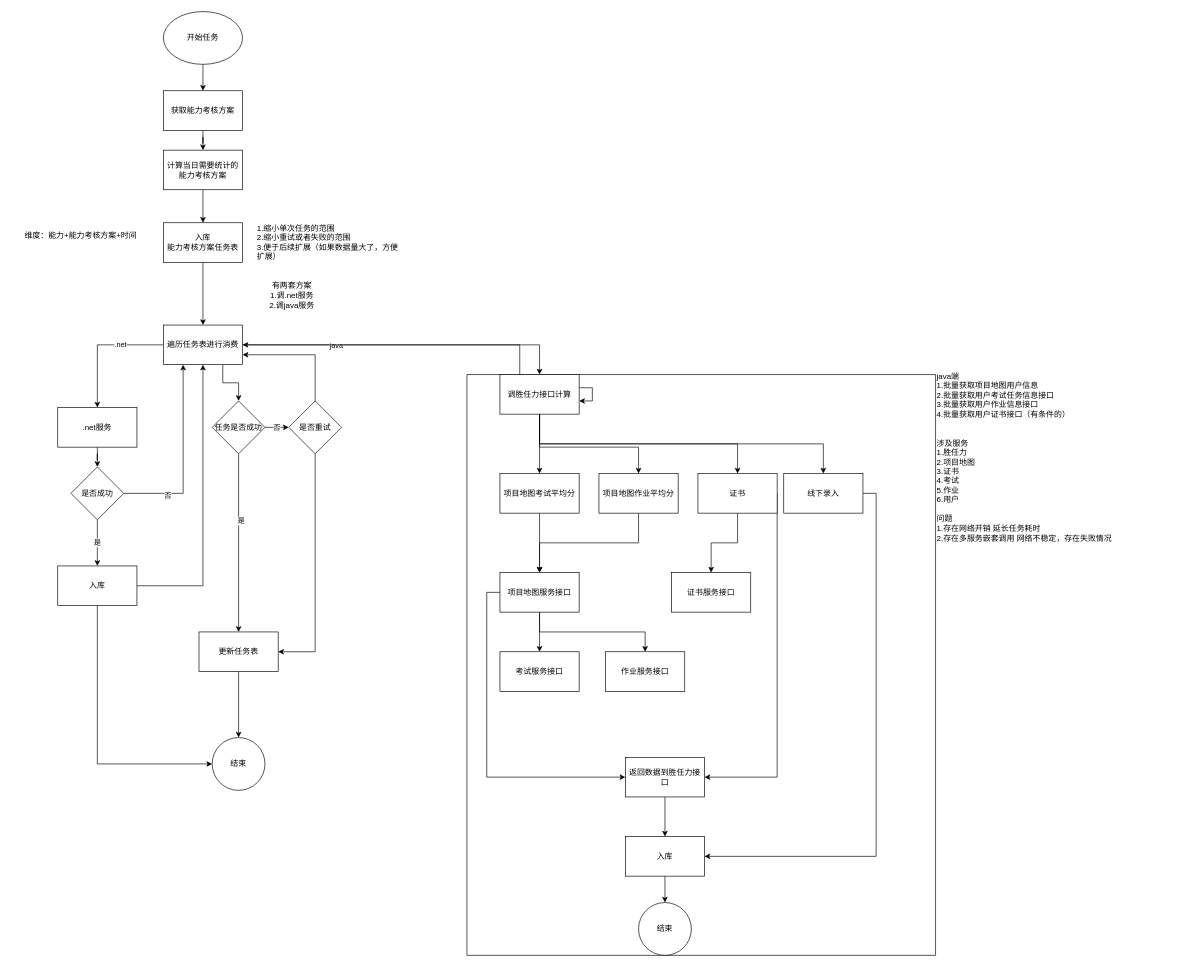
The draw.io diagram exe/能力任务流程图.drawio in w849027724/draw_files, before the edit. Source tidied: cells renumbered, new cells numbered last; positions are measured from the earlier drawing's top-left corner, leaving out a move shared by most shapes. Both pictures are drawn from the tidied source at 66%, with x=0, y=0 at pixel (11, 11).
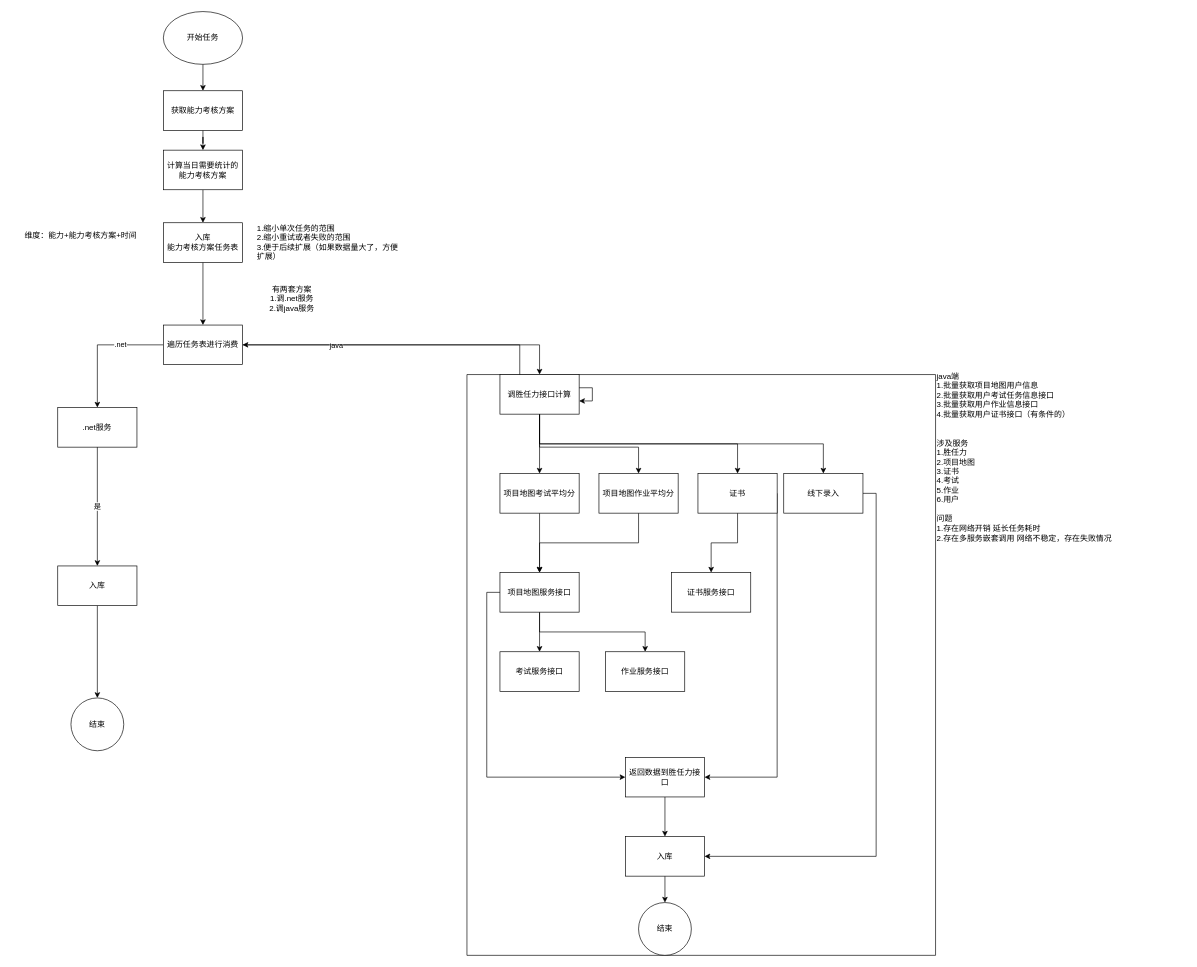
The same diagram, later.

Commit message:
Update 能力任务流程图.drawio

Unchanged cells that the change refers to:
```xml
<mxCell id="16" value="遍历任务表进行消费" style="rounded=0;whiteSpace=wrap;html=1;" parent="1" vertex="1">
  <mxGeometry x="230" y="475" width="120" height="60" as="geometry" />
</mxCell>
<mxCell id="23" value=".net服务" style="rounded=0;whiteSpace=wrap;html=1;" parent="1" vertex="1">
  <mxGeometry x="70" y="600" width="120" height="60" as="geometry" />
</mxCell>
<mxCell id="30" value="入库" style="rounded=0;whiteSpace=wrap;html=1;" parent="1" vertex="1">
  <mxGeometry x="70" y="840" width="120" height="60" as="geometry" />
</mxCell>
```

Change to the diagram source:
```diff
@@
-    <mxCell id="15" style="edgeStyle=orthogonalEdgeStyle;rounded=0;jettySize=auto;html=1;exitX=0.75;exitY=1;exitDx=0;exitDy=0;entryX=0.5;entryY=0;entryDx=0;entryDy=0;" parent="1" edge="1" source="16" target="34">
-      <mxGeometry relative="1" as="geometry" />
-    </mxCell>
@@
-    <mxCell id="22" style="edgeStyle=orthogonalEdgeStyle;rounded=0;jettySize=auto;html=1;exitX=0.5;exitY=1;exitDx=0;exitDy=0;" parent="1" edge="1" source="23" target="27">
-      <mxGeometry relative="1" as="geometry" />
-    </mxCell>
@@
-    <mxCell id="24" value="是" style="edgeStyle=orthogonalEdgeStyle;rounded=0;jettySize=auto;html=1;exitX=0.5;exitY=1;exitDx=0;exitDy=0;" parent="1" edge="1" source="27" target="30">
+    <mxCell id="24" value="是" style="edgeStyle=orthogonalEdgeStyle;rounded=0;jettySize=auto;html=1;exitX=0.5;exitY=1;exitDx=0;exitDy=0;" parent="1" edge="1" source="23" target="30">
       <mxGeometry relative="1" as="geometry" />
     </mxCell>
-    <mxCell id="25" style="edgeStyle=orthogonalEdgeStyle;rounded=0;jettySize=auto;html=1;entryX=0.25;entryY=1;entryDx=0;entryDy=0;" parent="1" edge="1" source="27" target="16">
-      <mxGeometry relative="1" as="geometry" />
-    </mxCell>
-    <mxCell id="26" value="否" style="edgeLabel;html=1;align=center;verticalAlign=middle;" parent="25" vertex="1">
-      <mxGeometry x="-0.54" y="-3" relative="1" as="geometry" />
-    </mxCell>
-    <mxCell id="27" value="是否成功" style="rhombus;whiteSpace=wrap;html=1;" parent="1" vertex="1">
-      <mxGeometry x="90" y="690" width="80" height="80" as="geometry" />
-    </mxCell>
-    <mxCell id="28" style="edgeStyle=orthogonalEdgeStyle;rounded=0;jettySize=auto;html=1;exitX=1;exitY=0.5;exitDx=0;exitDy=0;" parent="1" edge="1" source="30" target="16">
-      <mxGeometry relative="1" as="geometry" />
-    </mxCell>
-    <mxCell id="29" style="edgeStyle=orthogonalEdgeStyle;rounded=0;jettySize=auto;html=1;exitX=0.5;exitY=1;exitDx=0;exitDy=0;entryX=0;entryY=0.5;entryDx=0;entryDy=0;" parent="1" edge="1" source="30" target="37">
+    <mxCell id="29" style="edgeStyle=orthogonalEdgeStyle;rounded=0;jettySize=auto;html=1;exitX=0.5;exitY=1;exitDx=0;exitDy=0;entryX=0.5;entryY=0;entryDx=0;entryDy=0;" parent="1" edge="1" source="30" target="37">
       <mxGeometry relative="1" as="geometry" />
     </mxCell>
@@
-    <mxCell id="31" style="edgeStyle=orthogonalEdgeStyle;rounded=0;jettySize=auto;html=1;exitX=0.5;exitY=1;exitDx=0;exitDy=0;" parent="1" edge="1" source="34" target="36">
-      <mxGeometry relative="1" as="geometry" />
-    </mxCell>
-    <mxCell id="32" value="是" style="edgeLabel;html=1;align=center;verticalAlign=middle;" parent="31" vertex="1">
-      <mxGeometry x="-0.25" y="3" relative="1" as="geometry" />
-    </mxCell>
-    <mxCell id="33" value="否" style="edgeStyle=orthogonalEdgeStyle;rounded=0;jettySize=auto;html=1;exitX=1;exitY=0.5;exitDx=0;exitDy=0;entryX=0;entryY=0.5;entryDx=0;entryDy=0;" parent="1" edge="1" source="34" target="40">
-      <mxGeometry relative="1" as="geometry" />
-    </mxCell>
-    <mxCell id="34" value="任务是否成功" style="rhombus;whiteSpace=wrap;html=1;" parent="1" vertex="1">
-      <mxGeometry x="304" y="590" width="80" height="80" as="geometry" />
-    </mxCell>
-    <mxCell id="35" style="edgeStyle=orthogonalEdgeStyle;rounded=0;jettySize=auto;html=1;exitX=0.5;exitY=1;exitDx=0;exitDy=0;" parent="1" edge="1" source="36" target="37">
-      <mxGeometry relative="1" as="geometry" />
-    </mxCell>
-    <mxCell id="36" value="更新任务表" style="rounded=0;whiteSpace=wrap;html=1;" parent="1" vertex="1">
-      <mxGeometry x="284" y="940" width="120" height="60" as="geometry" />
-    </mxCell>
     <mxCell id="37" value="结束" style="ellipse;whiteSpace=wrap;html=1;" parent="1" vertex="1">
-      <mxGeometry x="304" y="1100" width="80" height="80" as="geometry" />
+      <mxGeometry x="90" y="1040" width="80" height="80" as="geometry" />
     </mxCell>
-    <mxCell id="38" style="edgeStyle=orthogonalEdgeStyle;rounded=0;jettySize=auto;html=1;exitX=0.5;exitY=0;exitDx=0;exitDy=0;entryX=1;entryY=0.75;entryDx=0;entryDy=0;" parent="1" edge="1" source="40" target="16">
-      <mxGeometry relative="1" as="geometry" />
-    </mxCell>
-    <mxCell id="39" style="edgeStyle=orthogonalEdgeStyle;rounded=0;jettySize=auto;html=1;exitX=0.5;exitY=1;exitDx=0;exitDy=0;entryX=1;entryY=0.5;entryDx=0;entryDy=0;" parent="1" edge="1" source="40" target="36">
-      <mxGeometry relative="1" as="geometry" />
-    </mxCell>
-    <mxCell id="40" value="是否重试" style="rhombus;whiteSpace=wrap;html=1;" parent="1" vertex="1">
-      <mxGeometry x="420" y="590" width="80" height="80" as="geometry" />
-    </mxCell>
     <mxCell id="41" value="有两套方案&lt;br&gt;1.调.net服务&lt;br&gt;2.调java服务" style="text;html=1;strokeColor=none;fillColor=none;align=center;verticalAlign=middle;whiteSpace=wrap;rounded=0;" parent="1" vertex="1">
-      <mxGeometry x="350" y="420" width="150" height="20" as="geometry" />
+      <mxGeometry x="350" y="410" width="150" height="50" as="geometry" />
     </mxCell>
```
